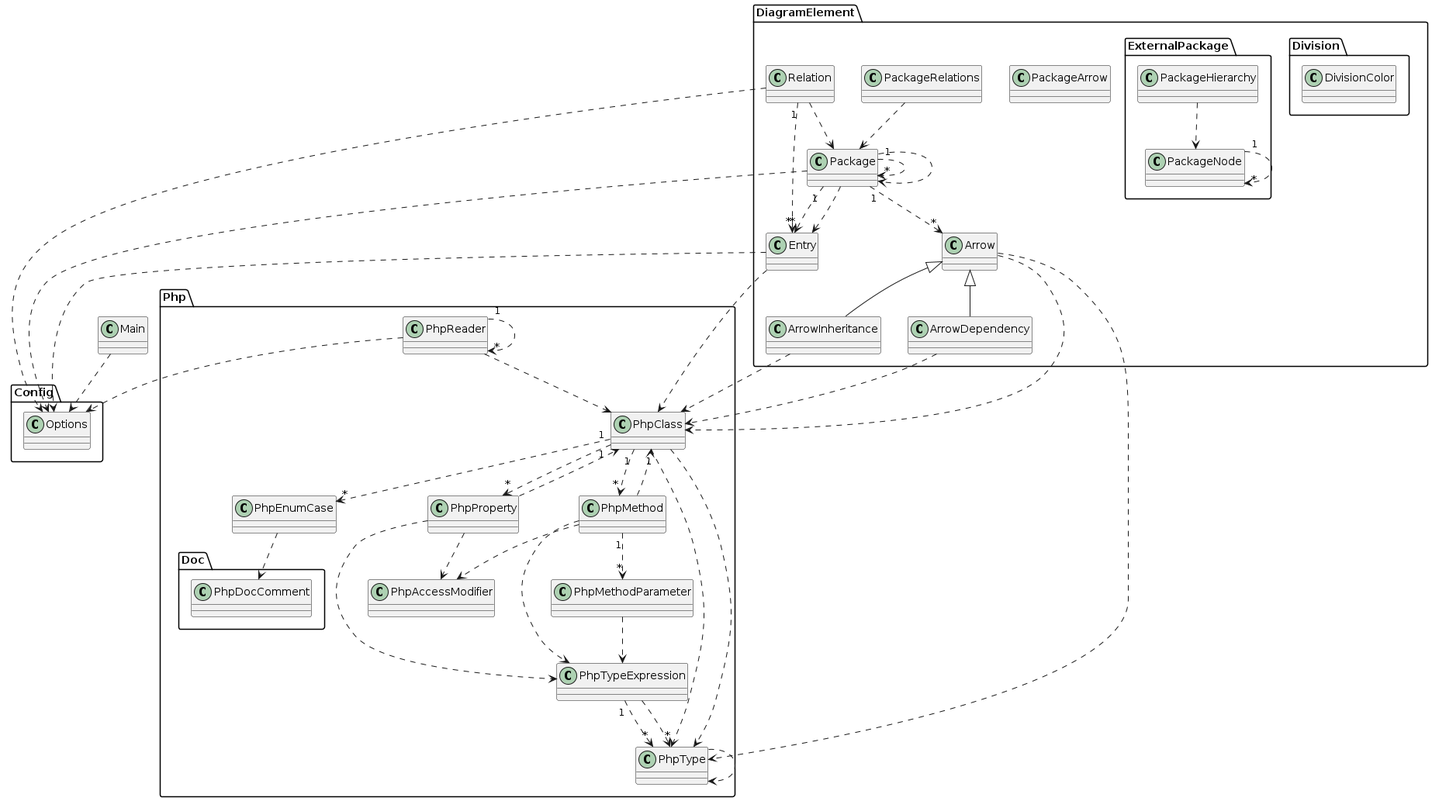
smeghead/php-class-diagram keeps this PlantUML diagram as dogfood-model.png. Above is the earlier version.
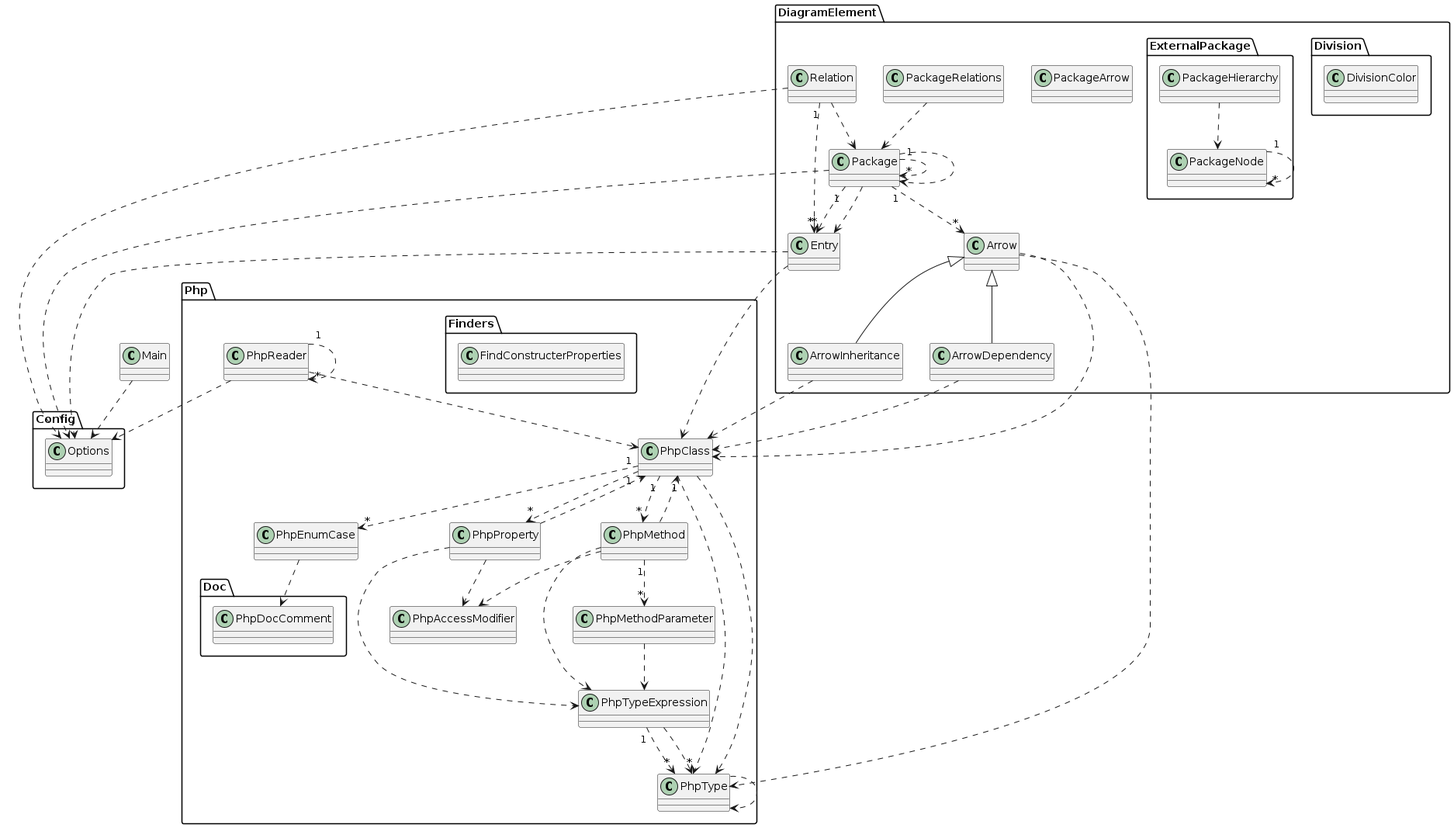
Later version of the same file.

The edit, as a diff of the source:
```diff
@@ -12,6 +12,9 @@
     class "PhpType" as Php_PhpType
     package Doc as Php.Doc {
       class "PhpDocComment" as Php_Doc_PhpDocComment
+    }
+    package Finders as Php.Finders {
+      class "FindConstructerProperties" as Php_Finders_FindConstructerProperties
     }
   }
   package Config as Config {
```
